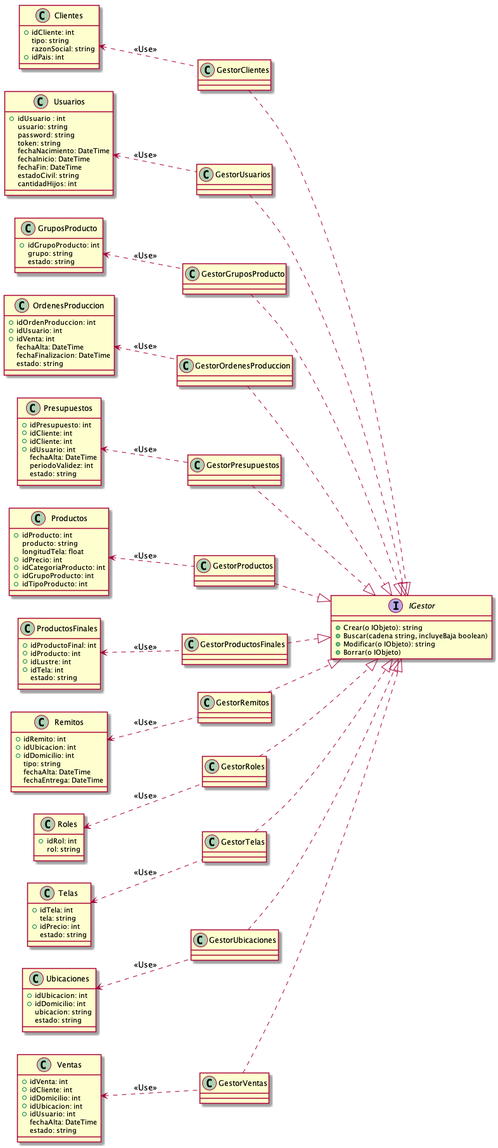
This is Informe Final/Imagenes/DiagramaClases/Vistas/vistaCanonica.png from ZMGestion/DocumentacionZMGestion, a PlantUML export, as it was before one commit. The source it was exported from:
```plantuml
@startuml vistaCanonica
top to bottom direction
interface IGestor{
    + Crear(o IObjeto): string
    + Buscar(cadena string, incluyeBaja boolean)
    + Modificar(o IObjeto): string
    + Borrar(o IObjeto)
}
class GestorClientes{

}

class GestorUsuarios{

}

class GestorGruposProducto{

}

class GestorOrdenesProduccion{

}


class GestorPresupuestos{

}

class GestorProductos{

}

class GestorProductosFinales{

}

class GestorRemitos{

}

class GestorRoles{

}

class GestorTelas{

}

class GestorUbicaciones{

}

class GestorVentas{

}


left to right direction
GestorClientes ..|> IGestor
GestorUsuarios ..|> IGestor
GestorGruposProducto ..|> IGestor
GestorOrdenesProduccion ..|> IGestor
GestorPresupuestos ..|> IGestor
GestorProductos ..|> IGestor
GestorProductosFinales ..|> IGestor
GestorRemitos ..|> IGestor
GestorRoles ..|> IGestor
GestorTelas ..|> IGestor
GestorUbicaciones ..|> IGestor
GestorVentas ..|> IGestor



class Usuarios {
   +idUsuario : int
   usuario: string
   password: string
   token: string
   fechaNacimiento: DateTime
   fechaInicio: DateTime
   fechaFin: DateTime
   estadoCivil: string
   cantidadHijos: int
}
class Roles{
    +idRol: int
    rol: string
}
class Clientes{
    +idCliente: int
    tipo: string
    razonSocial: string
    +idPais: int
}
class Productos{
    +idProducto: int
    producto: string
    longitudTela: float
    +idPrecio: int
    +idCategoriaProducto: int
    +idGrupoProducto: int
    +idTipoProducto: int
}
class GruposProducto{
    +idGrupoProducto: int
    grupo: string
    estado: string
}
class Telas{
    +idTela: int
    tela: string
    +idPrecio: int
    estado: string
}
class ProductosFinales{
    +idProductoFinal: int
    +idProducto: int
    +idLustre: int
    +idTela: int
    estado: string
}
class Presupuestos{
    +idPresupuesto: int
    +idCliente: int
    +idCliente: int
    +idUsuario: int
    fechaAlta: DateTime
    periodoValidez: int
    estado: string
}
class Ventas{
    +idVenta: int
    +idCliente: int
    +idDomicilio: int
    +idUbicacion: int
    +idUsuario: int
    fechaAlta: DateTime
    estado: string
}
class OrdenesProduccion{
    +idOrdenProduccion: int
    +idUsuario: int
    +idVenta: int
    fechaAlta: DateTime
    fechaFinalizacion: DateTime
    estado: string
}
class Remitos{
    +idRemito: int
    +idUbicacion: int
    +idDomicilio: int
    tipo: string
    fechaAlta: DateTime
    fechaEntrega: DateTime
}
class Ubicaciones{
    +idUbicacion: int
    +idDomicilio: int
    ubicacion: string
    estado: string
}

left to right direction
Clientes <..GestorClientes: <<Use>>
Usuarios <.. GestorUsuarios: <<Use>>
GruposProducto <.. GestorGruposProducto: <<Use>>
OrdenesProduccion <.. GestorOrdenesProduccion: <<Use>>
Presupuestos <.. GestorPresupuestos: <<Use>>
Productos <.. GestorProductos: <<Use>>
ProductosFinales <.. GestorProductosFinales: <<Use>>
Remitos <.. GestorRemitos: <<Use>>
Roles <.. GestorRoles: <<Use>>
Telas <.. GestorTelas: <<Use>>
Ubicaciones <.. GestorUbicaciones: <<Use>>
Ventas <.. GestorVentas: <<Use>>




@enduml
```
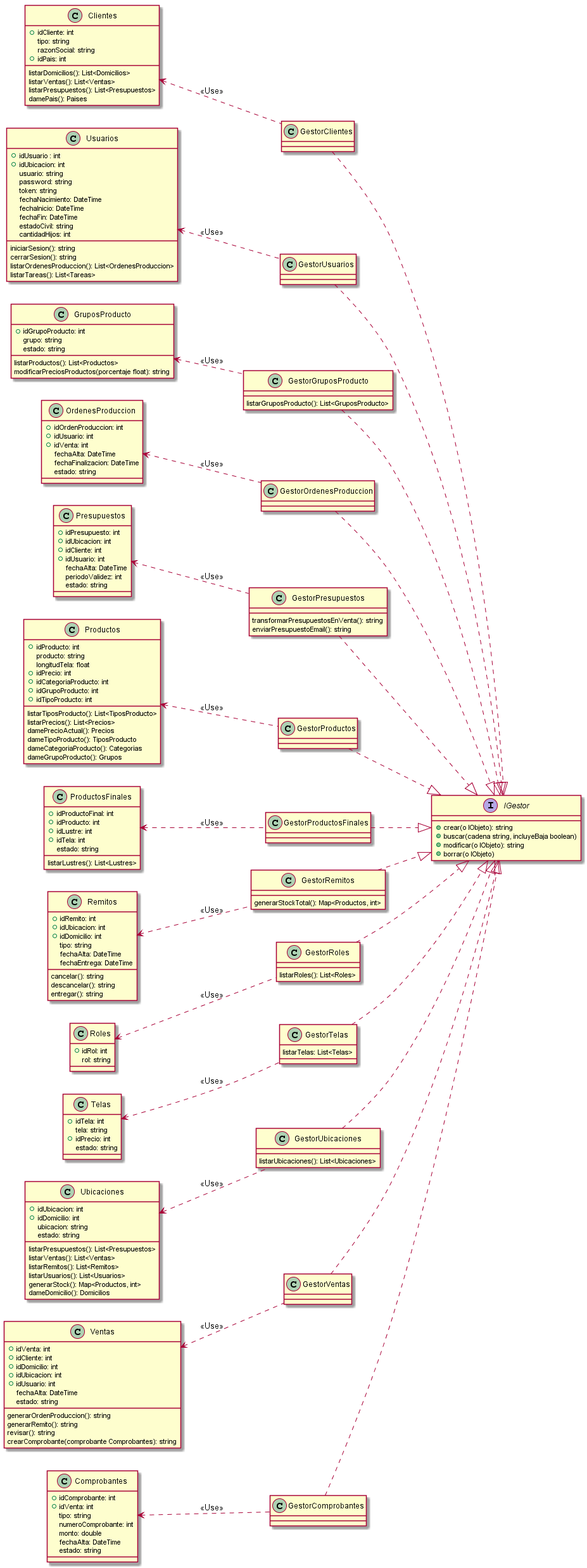
After the commit.

What changed in the source:
```diff
@@ -1,10 +1,10 @@
 @startuml vistaCanonica
 top to bottom direction
 interface IGestor{
-    + Crear(o IObjeto): string
-    + Buscar(cadena string, incluyeBaja boolean)
-    + Modificar(o IObjeto): string
-    + Borrar(o IObjeto)
+    + crear(o IObjeto): string
+    + buscar(cadena string, incluyeBaja boolean)
+    + modificar(o IObjeto): string
+    + borrar(o IObjeto)
 }
 class GestorClientes{
 
@@ -15,7 +15,7 @@
 }
 
 class GestorGruposProducto{
-
+    listarGruposProducto(): List<GruposProducto>
 }
 
 class GestorOrdenesProduccion{
@@ -24,9 +24,9 @@
 
 
 class GestorPresupuestos{
-
+    transformarPresupuestosEnVenta(): string
+    enviarPresupuestoEmail(): string
 }
-
 class GestorProductos{
 
 }
@@ -36,25 +36,27 @@
 }
 
 class GestorRemitos{
-
+    generarStockTotal(): Map<Productos, int>
 }
 
 class GestorRoles{
-
+    listarRoles(): List<Roles>
 }
 
 class GestorTelas{
-
+    listarTelas: List<Telas>
 }
 
 class GestorUbicaciones{
-
+    listarUbicaciones(): List<Ubicaciones>
 }
 
 class GestorVentas{
 
 }
 
+class GestorComprobantes{
+}
 
 left to right direction
 GestorClientes ..|> IGestor
@@ -69,11 +71,12 @@
 GestorTelas ..|> IGestor
 GestorUbicaciones ..|> IGestor
 GestorVentas ..|> IGestor
-
+GestorComprobantes ..|> IGestor
 
 
 class Usuarios {
    +idUsuario : int
+   +idUbicacion: int
    usuario: string
    password: string
    token: string
@@ -82,6 +85,11 @@
    fechaFin: DateTime
    estadoCivil: string
    cantidadHijos: int
+
+   iniciarSesion(): string
+   cerrarSesion(): string
+   listarOrdenesProduccion(): List<OrdenesProduccion>
+   listarTareas(): List<Tareas>
 }
 class Roles{
     +idRol: int
@@ -92,6 +100,11 @@
     tipo: string
     razonSocial: string
     +idPais: int
+
+    listarDomicilios(): List<Domicilios>
+    listarVentas(): List<Ventas>
+    listarPresupuestos(): List<Presupuestos>
+    damePais(): Paises
 }
 class Productos{
     +idProducto: int
@@ -101,11 +114,21 @@
     +idCategoriaProducto: int
     +idGrupoProducto: int
     +idTipoProducto: int
+
+    listarTiposProducto(): List<TiposProducto>
+    listarPrecios(): List<Precios>
+    damePrecioActual(): Precios
+    dameTipoProducto(): TiposProducto
+    dameCategoriaProducto(): Categorias
+    dameGrupoProducto(): Grupos
 }
 class GruposProducto{
     +idGrupoProducto: int
     grupo: string
     estado: string
+
+    listarProductos(): List<Productos>
+    modificarPreciosProductos(porcentaje float): string
 }
 class Telas{
     +idTela: int
@@ -119,10 +142,12 @@
     +idLustre: int
     +idTela: int
     estado: string
+
+    listarLustres(): List<Lustres>
 }
 class Presupuestos{
     +idPresupuesto: int
-    +idCliente: int
+    +idUbicacion: int
     +idCliente: int
     +idUsuario: int
     fechaAlta: DateTime
@@ -137,6 +162,11 @@
     +idUsuario: int
     fechaAlta: DateTime
     estado: string
+
+    generarOrdenProduccion(): string
+    generarRemito(): string
+    revisar(): string
+    crearComprobante(comprobante Comprobantes): string
 }
 class OrdenesProduccion{
     +idOrdenProduccion: int
@@ -153,11 +183,30 @@
     tipo: string
     fechaAlta: DateTime
     fechaEntrega: DateTime
+    cancelar(): string
+    descancelar(): string
+    entregar(): string
 }
 class Ubicaciones{
     +idUbicacion: int
     +idDomicilio: int
     ubicacion: string
+    estado: string
+
+    listarPresupuestos(): List<Presupuestos>
+    listarVentas(): List<Ventas>
+    listarRemitos(): List<Remitos>
+    listarUsuarios(): List<Usuarios>
+    generarStock(): Map<Productos, int>
+    dameDomicilio(): Domicilios
+}
+class Comprobantes{
+    +idComprobante: int
+    +idVenta: int
+    tipo: string
+    numeroComprobante: int
+    monto: double
+    fechaAlta: DateTime
     estado: string
 }
 
@@ -174,6 +223,7 @@
 Telas <.. GestorTelas: <<Use>>
 Ubicaciones <.. GestorUbicaciones: <<Use>>
 Ventas <.. GestorVentas: <<Use>>
+Comprobantes <.. GestorComprobantes: <<Use>>
 
 
 
```
